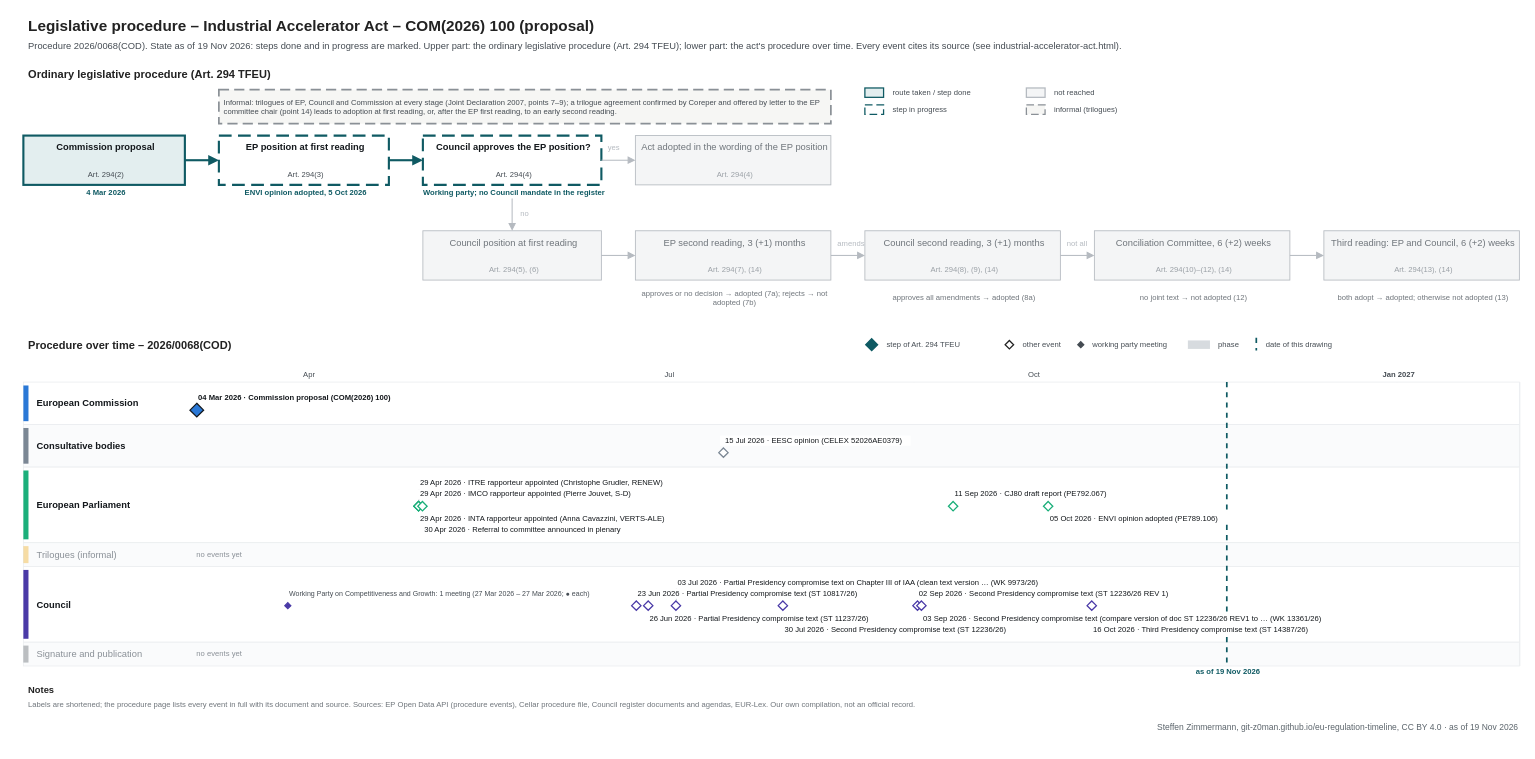
Before: procedures/industrial-accelerator-act.drawio in git-z0man/eu-regulation-timeline, a draw.io diagram. Source tidied: cells renumbered, new cells numbered last; positions are measured from the earlier drawing's top-left corner, leaving out a move shared by most shapes. Both pictures are drawn from the tidied source at 85%, with x=0, y=0 at pixel (14, 14).
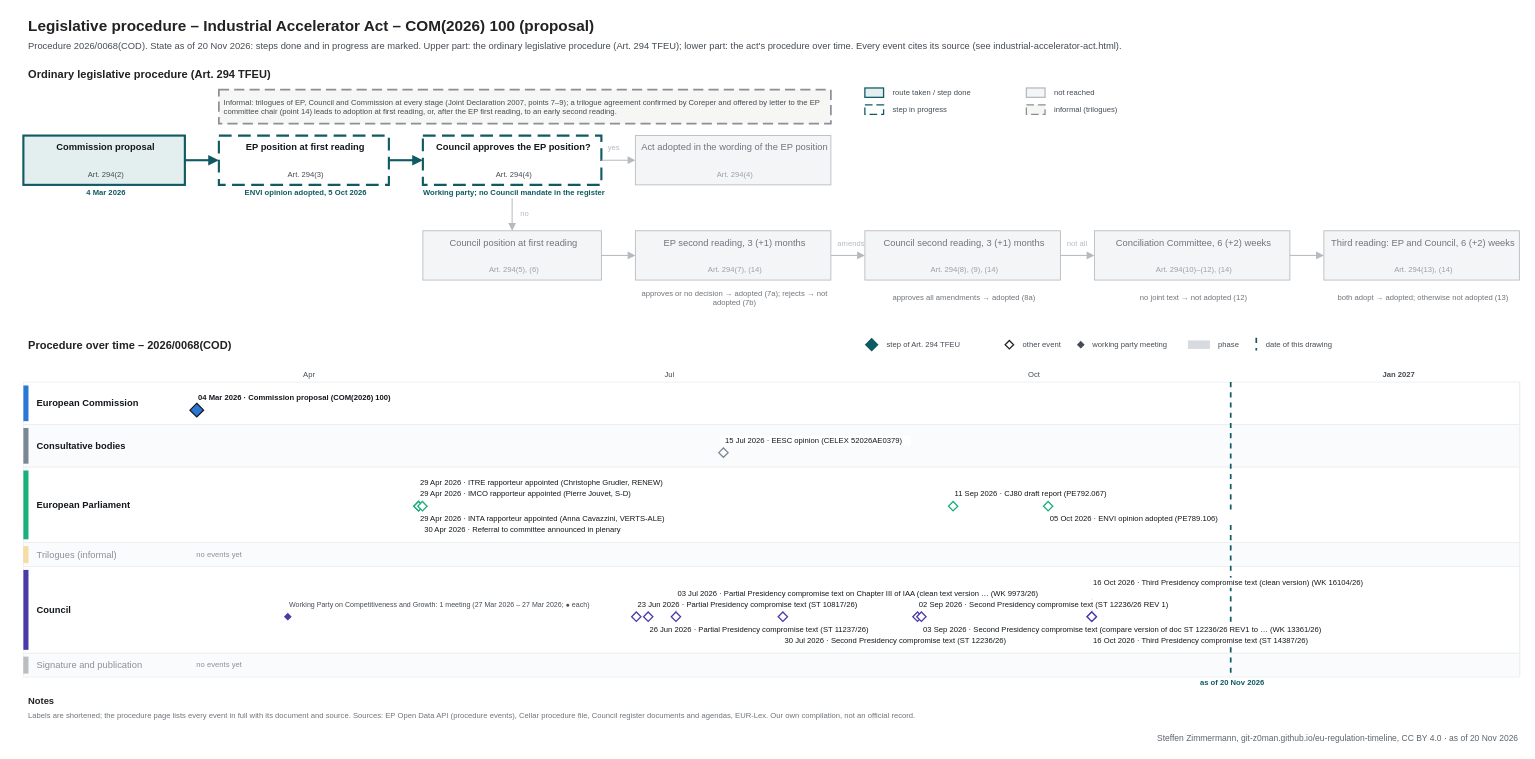
The same diagram, later.

The edit, as a diff of the source:
```diff
@@
-    <mxCell id="3" value="Procedure 2026/0068(COD). State as of 19 Nov 2026: steps done and in progress are marked. Upper part: the ordinary legislative procedure (Art. 294 TFEU); lower part: the act's procedure over time. Every event cites its source (see industrial-accelerator-act.html)." style="text;html=1;fontSize=11;fontColor=#454c53;align=left;verticalAlign=middle;spacingLeft=4;" parent="1" vertex="1">
+    <mxCell id="3" value="Procedure 2026/0068(COD). State as of 20 Nov 2026: steps done and in progress are marked. Upper part: the ordinary legislative procedure (Art. 294 TFEU); lower part: the act's procedure over time. Every event cites its source (see industrial-accelerator-act.html)." style="text;html=1;fontSize=11;fontColor=#454c53;align=left;verticalAlign=middle;spacingLeft=4;" parent="1" vertex="1">
       <mxGeometry x="10" y="28" width="1700" height="18" as="geometry" />
     </mxCell>
@@
     <mxCell id="72" style="line;html=1;strokeWidth=1;strokeColor=#e3e6e9;direction=south;" parent="1" vertex="1">
-      <mxGeometry x="200" y="432" width="1" height="334" as="geometry" />
+      <mxGeometry x="200" y="432" width="1" height="347" as="geometry" />
     </mxCell>
     <mxCell id="73" style="line;html=1;strokeWidth=1;strokeColor=#e3e6e9;direction=south;" parent="1" vertex="1">
-      <mxGeometry x="344.4" y="432" width="1" height="334" as="geometry" />
+      <mxGeometry x="344.4" y="432" width="1" height="347" as="geometry" />
     </mxCell>
@@
     <mxCell id="75" style="line;html=1;strokeWidth=1;strokeColor=#e3e6e9;direction=south;" parent="1" vertex="1">
-      <mxGeometry x="484.2" y="432" width="1" height="334" as="geometry" />
+      <mxGeometry x="484.2" y="432" width="1" height="347" as="geometry" />
     </mxCell>
     <mxCell id="76" style="line;html=1;strokeWidth=1;strokeColor=#e3e6e9;direction=south;" parent="1" vertex="1">
-      <mxGeometry x="628.6" y="432" width="1" height="334" as="geometry" />
+      <mxGeometry x="628.6" y="432" width="1" height="347" as="geometry" />
     </mxCell>
     <mxCell id="77" style="line;html=1;strokeWidth=1;strokeColor=#e3e6e9;direction=south;" parent="1" vertex="1">
-      <mxGeometry x="768.4" y="432" width="1" height="334" as="geometry" />
+      <mxGeometry x="768.4" y="432" width="1" height="347" as="geometry" />
     </mxCell>
@@
     <mxCell id="79" style="line;html=1;strokeWidth=1;strokeColor=#e3e6e9;direction=south;" parent="1" vertex="1">
-      <mxGeometry x="912.8" y="432" width="1" height="334" as="geometry" />
+      <mxGeometry x="912.8" y="432" width="1" height="347" as="geometry" />
     </mxCell>
     <mxCell id="80" style="line;html=1;strokeWidth=1;strokeColor=#e3e6e9;direction=south;" parent="1" vertex="1">
-      <mxGeometry x="1057.2" y="432" width="1" height="334" as="geometry" />
+      <mxGeometry x="1057.2" y="432" width="1" height="347" as="geometry" />
     </mxCell>
     <mxCell id="81" style="line;html=1;strokeWidth=1;strokeColor=#e3e6e9;direction=south;" parent="1" vertex="1">
-      <mxGeometry x="1197" y="432" width="1" height="334" as="geometry" />
+      <mxGeometry x="1197" y="432" width="1" height="347" as="geometry" />
     </mxCell>
@@
     <mxCell id="83" style="line;html=1;strokeWidth=1;strokeColor=#e3e6e9;direction=south;" parent="1" vertex="1">
-      <mxGeometry x="1341.4" y="432" width="1" height="334" as="geometry" />
+      <mxGeometry x="1341.4" y="432" width="1" height="347" as="geometry" />
     </mxCell>
     <mxCell id="84" style="line;html=1;strokeWidth=1;strokeColor=#e3e6e9;direction=south;" parent="1" vertex="1">
-      <mxGeometry x="1481.2" y="432" width="1" height="334" as="geometry" />
+      <mxGeometry x="1481.2" y="432" width="1" height="347" as="geometry" />
     </mxCell>
     <mxCell id="85" style="line;html=1;strokeWidth=1;strokeColor=#b5bac0;direction=south;" parent="1" vertex="1">
-      <mxGeometry x="1625.6" y="432" width="1" height="334" as="geometry" />
+      <mxGeometry x="1625.6" y="432" width="1" height="347" as="geometry" />
     </mxCell>
@@
     <mxCell id="87" style="line;html=1;strokeWidth=1;strokeColor=#e3e6e9;direction=south;" parent="1" vertex="1">
-      <mxGeometry x="1770" y="432" width="1" height="334" as="geometry" />
+      <mxGeometry x="1770" y="432" width="1" height="347" as="geometry" />
     </mxCell>
@@
     <mxCell id="101" style="rounded=0;arcSize=50;fillColor=#ffffff;strokeColor=#eceef0;" parent="1" vertex="1">
-      <mxGeometry x="10" y="649" width="1760" height="89" as="geometry" />
+      <mxGeometry x="10" y="649" width="1760" height="102" as="geometry" />
     </mxCell>
     <mxCell id="102" style="rounded=0;arcSize=50;fillColor=#4a3aa7;strokeColor=none;" parent="1" vertex="1">
-      <mxGeometry x="10" y="653" width="6" height="81" as="geometry" />
+      <mxGeometry x="10" y="653" width="6" height="94" as="geometry" />
     </mxCell>
     <mxCell id="103" value="Council" style="text;html=1;fontSize=11;fontColor=#14181c;align=left;verticalAlign=middle;spacingLeft=4;fontStyle=1;whiteSpace=wrap;" parent="1" vertex="1">
-      <mxGeometry x="20" y="649" width="174" height="89" as="geometry" />
+      <mxGeometry x="20" y="649" width="174" height="102" as="geometry" />
     </mxCell>
     <mxCell id="104" style="rounded=0;arcSize=50;fillColor=#fafbfc;strokeColor=#eceef0;" parent="1" vertex="1">
-      <mxGeometry x="10" y="738" width="1760" height="28" as="geometry" />
+      <mxGeometry x="10" y="751" width="1760" height="28" as="geometry" />
     </mxCell>
     <mxCell id="105" style="rounded=0;arcSize=50;fillColor=#454c53;strokeColor=none;opacity=35;" parent="1" vertex="1">
-      <mxGeometry x="10" y="742" width="6" height="20" as="geometry" />
+      <mxGeometry x="10" y="755" width="6" height="20" as="geometry" />
     </mxCell>
     <mxCell id="106" value="Signature and publication" style="text;html=1;fontSize=11;fontColor=#8a9097;align=left;verticalAlign=middle;spacingLeft=4;whiteSpace=wrap;" parent="1" vertex="1">
-      <mxGeometry x="20" y="738" width="174" height="28" as="geometry" />
+      <mxGeometry x="20" y="751" width="174" height="28" as="geometry" />
     </mxCell>
     <mxCell id="107" value="no events yet" style="text;html=1;fontSize=9;fontColor=#8a9097;align=left;verticalAlign=middle;spacingLeft=4;" parent="1" vertex="1">
-      <mxGeometry x="208" y="738" width="300" height="28" as="geometry" />
+      <mxGeometry x="208" y="751" width="300" height="28" as="geometry" />
     </mxCell>
     <mxCell id="108" style="line;html=1;strokeWidth=2;strokeColor=#0f5a63;direction=south;dashed=1;" parent="1" vertex="1">
-      <mxGeometry x="1425.3" y="432" width="1" height="334" as="geometry" />
+      <mxGeometry x="1429.9" y="432" width="1" height="347" as="geometry" />
     </mxCell>
-    <mxCell id="109" value="as of 19 Nov 2026" style="text;html=1;fontSize=9;fontColor=#0f5a63;align=center;verticalAlign=middle;spacingLeft=4;fontStyle=1;" parent="1" vertex="1">
-      <mxGeometry x="1365.3" y="767" width="120" height="12" as="geometry" />
+    <mxCell id="109" value="as of 20 Nov 2026" style="text;html=1;fontSize=9;fontColor=#0f5a63;align=center;verticalAlign=middle;spacingLeft=4;fontStyle=1;" parent="1" vertex="1">
+      <mxGeometry x="1369.9" y="780" width="120" height="12" as="geometry" />
     </mxCell>
@@
     <mxCell id="128" style="line;html=1;strokeWidth=1;strokeColor=#c3c8cd;direction=south;" parent="1" vertex="1">
-      <mxGeometry x="777.7" y="675" width="1" height="14" as="geometry" />
+      <mxGeometry x="777.7" y="688" width="1" height="14" as="geometry" />
     </mxCell>
     <mxCell id="129" style="line;html=1;strokeWidth=1;strokeColor=#c3c8cd;direction=south;" parent="1" vertex="1">
-      <mxGeometry x="903.5" y="717" width="1" height="-16" as="geometry" />
+      <mxGeometry x="903.5" y="730" width="1" height="-16" as="geometry" />
     </mxCell>
     <mxCell id="130" style="line;html=1;strokeWidth=1;strokeColor=#c3c8cd;direction=south;" parent="1" vertex="1">
-      <mxGeometry x="1266.9" y="717" width="1" height="-16" as="geometry" />
+      <mxGeometry x="1266.9" y="730" width="1" height="-16" as="geometry" />
     </mxCell>
-    <mxCell id="131" value="23 Jun 2026 · Partial Presidency compromise text (ST 10817/26)" style="text;html=1;fontSize=9;fontColor=#14181c;align=left;verticalAlign=middle;spacingLeft=4;fillColor=#ffffff;" parent="1" vertex="1">
-      <mxGeometry x="727.1" y="675" width="299.4" height="12" as="geometry" />
+    <mxCell id="131" style="line;html=1;strokeWidth=1;strokeColor=#c3c8cd;direction=south;" parent="1" vertex="1">
+      <mxGeometry x="1266.9" y="675" width="1" height="27" as="geometry" />
     </mxCell>
-    <mxCell id="132" value="26 Jun 2026 · Partial Presidency compromise text (ST 11237/26)" style="text;html=1;fontSize=9;fontColor=#14181c;align=left;verticalAlign=middle;spacingLeft=4;fillColor=#ffffff;" parent="1" vertex="1">
-      <mxGeometry x="741.1" y="704" width="299.4" height="12" as="geometry" />
+    <mxCell id="132" value="23 Jun 2026 · Partial Presidency compromise text (ST 10817/26)" style="text;html=1;fontSize=9;fontColor=#14181c;align=left;verticalAlign=middle;spacingLeft=4;fillColor=#ffffff;" parent="1" vertex="1">
+      <mxGeometry x="727.1" y="688" width="299.4" height="12" as="geometry" />
     </mxCell>
-    <mxCell id="133" value="03 Jul 2026 · Partial Presidency compromise text on Chapter III of IAA (clean text version … (WK 9973/26)" style="text;html=1;fontSize=9;fontColor=#14181c;align=left;verticalAlign=middle;spacingLeft=4;fillColor=#ffffff;" parent="1" vertex="1">
-      <mxGeometry x="773.7" y="662" width="501.5" height="12" as="geometry" />
+    <mxCell id="133" value="26 Jun 2026 · Partial Presidency compromise text (ST 11237/26)" style="text;html=1;fontSize=9;fontColor=#14181c;align=left;verticalAlign=middle;spacingLeft=4;fillColor=#ffffff;" parent="1" vertex="1">
+      <mxGeometry x="741.1" y="717" width="299.4" height="12" as="geometry" />
     </mxCell>
-    <mxCell id="134" value="30 Jul 2026 · Second Presidency compromise text (ST 12236/26)" style="text;html=1;fontSize=9;fontColor=#14181c;align=left;verticalAlign=middle;spacingLeft=4;fillColor=#ffffff;" parent="1" vertex="1">
-      <mxGeometry x="899.5" y="717" width="294.7" height="12" as="geometry" />
+    <mxCell id="134" value="03 Jul 2026 · Partial Presidency compromise text on Chapter III of IAA (clean text version … (WK 9973/26)" style="text;html=1;fontSize=9;fontColor=#14181c;align=left;verticalAlign=middle;spacingLeft=4;fillColor=#ffffff;" parent="1" vertex="1">
+      <mxGeometry x="773.7" y="675" width="501.5" height="12" as="geometry" />
     </mxCell>
-    <mxCell id="135" value="02 Sep 2026 · Second Presidency compromise text (ST 12236/26 REV 1)" style="text;html=1;fontSize=9;fontColor=#14181c;align=left;verticalAlign=middle;spacingLeft=4;fillColor=#ffffff;" parent="1" vertex="1">
-      <mxGeometry x="1057.9" y="675" width="322.9" height="12" as="geometry" />
+    <mxCell id="135" value="30 Jul 2026 · Second Presidency compromise text (ST 12236/26)" style="text;html=1;fontSize=9;fontColor=#14181c;align=left;verticalAlign=middle;spacingLeft=4;fillColor=#ffffff;" parent="1" vertex="1">
+      <mxGeometry x="899.5" y="730" width="294.7" height="12" as="geometry" />
     </mxCell>
-    <mxCell id="136" value="03 Sep 2026 · Second Presidency compromise text (compare version of doc ST 12236/26 REV1 to … (WK 13361/26)" style="text;html=1;fontSize=9;fontColor=#14181c;align=left;verticalAlign=middle;spacingLeft=4;fillColor=#ffffff;" parent="1" vertex="1">
-      <mxGeometry x="1062.5" y="704" width="510.9" height="12" as="geometry" />
+    <mxCell id="136" value="02 Sep 2026 · Second Presidency compromise text (ST 12236/26 REV 1)" style="text;html=1;fontSize=9;fontColor=#14181c;align=left;verticalAlign=middle;spacingLeft=4;fillColor=#ffffff;" parent="1" vertex="1">
+      <mxGeometry x="1057.9" y="688" width="322.9" height="12" as="geometry" />
     </mxCell>
-    <mxCell id="137" value="16 Oct 2026 · Third Presidency compromise text (ST 14387/26)" style="text;html=1;fontSize=9;fontColor=#14181c;align=left;verticalAlign=middle;spacingLeft=4;fillColor=#ffffff;" parent="1" vertex="1">
-      <mxGeometry x="1262.9" y="717" width="290" height="12" as="geometry" />
+    <mxCell id="137" value="03 Sep 2026 · Second Presidency compromise text (compare version of doc ST 12236/26 REV1 to … (WK 13361/26)" style="text;html=1;fontSize=9;fontColor=#14181c;align=left;verticalAlign=middle;spacingLeft=4;fillColor=#ffffff;" parent="1" vertex="1">
+      <mxGeometry x="1062.5" y="717" width="510.9" height="12" as="geometry" />
     </mxCell>
-    <mxCell id="138" value="Working Party on Competitiveness and Growth: 1 meeting (27 Mar 2026 – 27 Mar 2026; ● each)" style="text;html=1;fontSize=8.3;fontColor=#454c53;align=left;verticalAlign=middle;spacingLeft=4;" parent="1" vertex="1">
-      <mxGeometry x="317.1" y="675" width="397.2" height="12" as="geometry" />
+    <mxCell id="138" value="16 Oct 2026 · Third Presidency compromise text (ST 14387/26)" style="text;html=1;fontSize=9;fontColor=#14181c;align=left;verticalAlign=middle;spacingLeft=4;fillColor=#ffffff;" parent="1" vertex="1">
+      <mxGeometry x="1262.9" y="730" width="290" height="12" as="geometry" />
     </mxCell>
-    <mxCell id="139" style="rhombus;fillColor=#4a3aa7;strokeColor=#4a3aa7;strokeWidth=1.5;" parent="1" vertex="1">
-      <mxGeometry x="317.6" y="691.5" width="7" height="7" as="geometry" />
+    <mxCell id="139" value="16 Oct 2026 · Third Presidency compromise text (clean version) (WK 16104/26)" style="text;html=1;fontSize=9;fontColor=#14181c;align=left;verticalAlign=middle;spacingLeft=4;fillColor=#ffffff;" parent="1" vertex="1">
+      <mxGeometry x="1262.9" y="662" width="365.2" height="12" as="geometry" />
     </mxCell>
-    <mxCell id="140" style="rhombus;fillColor=#ffffff;strokeColor=#4a3aa7;strokeWidth=1.5;" parent="1" vertex="1">
-      <mxGeometry x="725.6" y="689.5" width="11" height="11" as="geometry" />
+    <mxCell id="140" value="Working Party on Competitiveness and Growth: 1 meeting (27 Mar 2026 – 27 Mar 2026; ● each)" style="text;html=1;fontSize=8.3;fontColor=#454c53;align=left;verticalAlign=middle;spacingLeft=4;" parent="1" vertex="1">
+      <mxGeometry x="317.1" y="688" width="397.2" height="12" as="geometry" />
     </mxCell>
-    <mxCell id="141" style="rhombus;fillColor=#ffffff;strokeColor=#4a3aa7;strokeWidth=1.5;" parent="1" vertex="1">
-      <mxGeometry x="739.6" y="689.5" width="11" height="11" as="geometry" />
+    <mxCell id="141" style="rhombus;fillColor=#4a3aa7;strokeColor=#4a3aa7;strokeWidth=1.5;" parent="1" vertex="1">
+      <mxGeometry x="317.6" y="704.5" width="7" height="7" as="geometry" />
     </mxCell>
     <mxCell id="142" style="rhombus;fillColor=#ffffff;strokeColor=#4a3aa7;strokeWidth=1.5;" parent="1" vertex="1">
-      <mxGeometry x="772.2" y="689.5" width="11" height="11" as="geometry" />
+      <mxGeometry x="725.6" y="702.5" width="11" height="11" as="geometry" />
     </mxCell>
     <mxCell id="143" style="rhombus;fillColor=#ffffff;strokeColor=#4a3aa7;strokeWidth=1.5;" parent="1" vertex="1">
-      <mxGeometry x="898" y="689.5" width="11" height="11" as="geometry" />
+      <mxGeometry x="739.6" y="702.5" width="11" height="11" as="geometry" />
     </mxCell>
     <mxCell id="144" style="rhombus;fillColor=#ffffff;strokeColor=#4a3aa7;strokeWidth=1.5;" parent="1" vertex="1">
-      <mxGeometry x="1056.4" y="689.5" width="11" height="11" as="geometry" />
+      <mxGeometry x="772.2" y="702.5" width="11" height="11" as="geometry" />
     </mxCell>
     <mxCell id="145" style="rhombus;fillColor=#ffffff;strokeColor=#4a3aa7;strokeWidth=1.5;" parent="1" vertex="1">
-      <mxGeometry x="1061" y="689.5" width="11" height="11" as="geometry" />
+      <mxGeometry x="898" y="702.5" width="11" height="11" as="geometry" />
     </mxCell>
     <mxCell id="146" style="rhombus;fillColor=#ffffff;strokeColor=#4a3aa7;strokeWidth=1.5;" parent="1" vertex="1">
-      <mxGeometry x="1261.4" y="689.5" width="11" height="11" as="geometry" />
+      <mxGeometry x="1056.4" y="702.5" width="11" height="11" as="geometry" />
     </mxCell>
-    <mxCell id="147" value="Notes" style="text;html=1;fontSize=11;fontColor=#222222;align=left;verticalAlign=middle;spacingLeft=4;fontStyle=1;" parent="1" vertex="1">
-      <mxGeometry x="10" y="786" width="200" height="16" as="geometry" />
+    <mxCell id="147" style="rhombus;fillColor=#ffffff;strokeColor=#4a3aa7;strokeWidth=1.5;" parent="1" vertex="1">
+      <mxGeometry x="1061" y="702.5" width="11" height="11" as="geometry" />
     </mxCell>
-    <mxCell id="148" value="Labels are shortened; the procedure page lists every event in full with its document and source. Sources: EP Open Data API (procedure events), Cellar procedure file, Council register documents and agendas, EUR-Lex. Our own compilation, not an official record." style="text;html=1;fontSize=9;fontColor=#6f757b;align=left;verticalAlign=middle;spacingLeft=4;" parent="1" vertex="1">
-      <mxGeometry x="10" y="804" width="1760" height="16" as="geometry" />
+    <mxCell id="148" style="rhombus;fillColor=#ffffff;strokeColor=#4a3aa7;strokeWidth=1.5;" parent="1" vertex="1">
+      <mxGeometry x="1261.4" y="702.5" width="11" height="11" as="geometry" />
     </mxCell>
-    <mxCell id="149" value="Steffen Zimmermann, git-z0man.github.io/eu-regulation-timeline, CC BY 4.0 · as of 19 Nov 2026" style="text;html=1;fontSize=10;fontColor=#5b646b;align=right;verticalAlign=middle;spacingLeft=4;" parent="1" vertex="1">
-      <mxGeometry x="10" y="830" width="1760" height="16" as="geometry" />
+    <mxCell id="149" style="rhombus;fillColor=#ffffff;strokeColor=#4a3aa7;strokeWidth=1.5;" parent="1" vertex="1">
+      <mxGeometry x="1261.4" y="702.5" width="11" height="11" as="geometry" />
     </mxCell>
+    <mxCell id="150" value="Notes" style="text;html=1;fontSize=11;fontColor=#222222;align=left;verticalAlign=middle;spacingLeft=4;fontStyle=1;" parent="1" vertex="1">
+      <mxGeometry x="10" y="799" width="200" height="16" as="geometry" />
+    </mxCell>
+    <mxCell id="151" value="Labels are shortened; the procedure page lists every event in full with its document and source. Sources: EP Open Data API (procedure events), Cellar procedure file, Council register documents and agendas, EUR-Lex. Our own compilation, not an official record." style="text;html=1;fontSize=9;fontColor=#6f757b;align=left;verticalAlign=middle;spacingLeft=4;" parent="1" vertex="1">
+      <mxGeometry x="10" y="817" width="1760" height="16" as="geometry" />
+    </mxCell>
+    <mxCell id="152" value="Steffen Zimmermann, git-z0man.github.io/eu-regulation-timeline, CC BY 4.0 · as of 20 Nov 2026" style="text;html=1;fontSize=10;fontColor=#5b646b;align=right;verticalAlign=middle;spacingLeft=4;" parent="1" vertex="1">
+      <mxGeometry x="10" y="843" width="1760" height="16" as="geometry" />
+    </mxCell>
```
